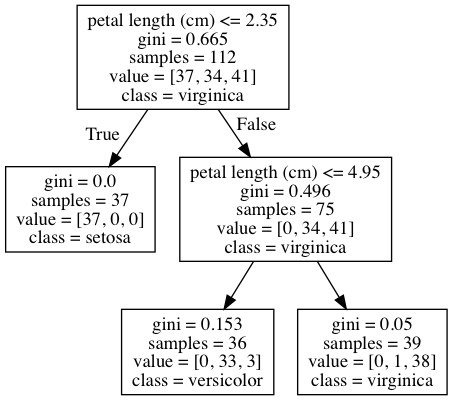
Before: Sklearn/DecisionTrees/dotfiles/iris_depth2_decisionTree.png, a diagram exported from Graphviz (mGalarnyk/Python_Tutorials). Its source is kept beside it as Sklearn/DecisionTrees/dotfiles/iris_depth2_decisionTree.dot.
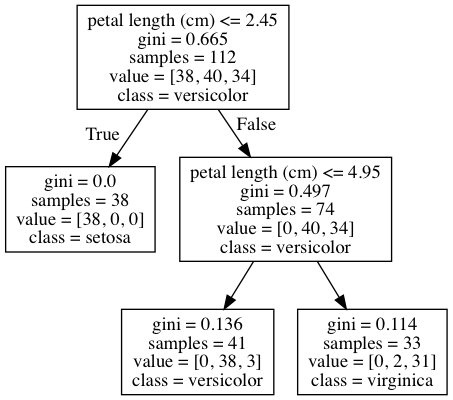
After the change.

Commit message:
Updated decision tree tutorial, need to evaulate if good idea

The edit, as a diff of the source:
```diff
@@ -1,12 +1,12 @@
 digraph Tree {
 node [shape=box] ;
-0 [label="petal length (cm) <= 2.35\ngini = 0.665\nsamples = 112\nvalue = [37, 34, 41]\nclass = virginica"] ;
-1 [label="gini = 0.0\nsamples = 37\nvalue = [37, 0, 0]\nclass = setosa"] ;
+0 [label="petal length (cm) <= 2.45\ngini = 0.665\nsamples = 112\nvalue = [38, 40, 34]\nclass = versicolor"] ;
+1 [label="gini = 0.0\nsamples = 38\nvalue = [38, 0, 0]\nclass = setosa"] ;
 0 -> 1 [labeldistance=2.5, labelangle=45, headlabel="True"] ;
-2 [label="petal length (cm) <= 4.95\ngini = 0.496\nsamples = 75\nvalue = [0, 34, 41]\nclass = virginica"] ;
+2 [label="petal length (cm) <= 4.95\ngini = 0.497\nsamples = 74\nvalue = [0, 40, 34]\nclass = versicolor"] ;
 0 -> 2 [labeldistance=2.5, labelangle=-45, headlabel="False"] ;
-3 [label="gini = 0.153\nsamples = 36\nvalue = [0, 33, 3]\nclass = versicolor"] ;
+3 [label="gini = 0.136\nsamples = 41\nvalue = [0, 38, 3]\nclass = versicolor"] ;
 2 -> 3 ;
-4 [label="gini = 0.05\nsamples = 39\nvalue = [0, 1, 38]\nclass = virginica"] ;
+4 [label="gini = 0.114\nsamples = 33\nvalue = [0, 2, 31]\nclass = virginica"] ;
 2 -> 4 ;
 }
```
